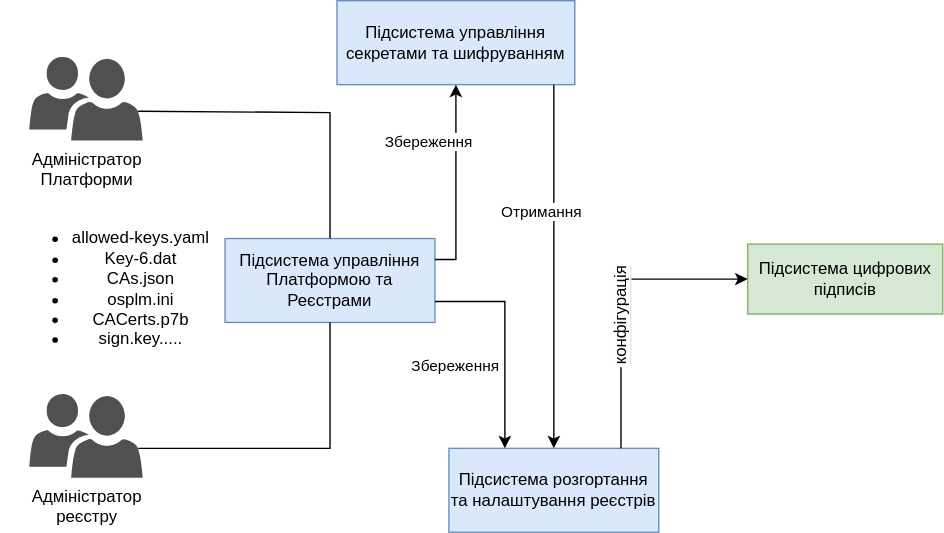
epam/edp-ddm-architecture keeps this draw.io diagram as docs/en/modules/arch/images/architecture/platform/administrative/config-management/keys-update-subsystem.svg. Above is the earlier version. Source tidied: cells renumbered, new cells last; positions are measured from the earlier drawing's top-left corner, leaving out a move shared by most shapes. Its diagram source:
```xml
<mxGraphModel>
  <root>
    <mxCell id="0" />
    <mxCell id="1" parent="0" />
    <mxCell id="2" value="Адміністратор &lt;br&gt;Платформи" style="sketch=0;shadow=0;dashed=0;html=1;strokeColor=none;labelPosition=center;verticalLabelPosition=bottom;verticalAlign=top;align=center;fillColor=#505050;shape=mxgraph.mscae.intune.user_group;" parent="1" vertex="1">
      <mxGeometry x="20" y="40" width="81.1" height="60" as="geometry" />
    </mxCell>
    <mxCell id="3" value="Адміністратор &lt;br&gt;реєстру" style="sketch=0;shadow=0;dashed=0;html=1;strokeColor=none;labelPosition=center;verticalLabelPosition=bottom;verticalAlign=top;align=center;fillColor=#505050;shape=mxgraph.mscae.intune.user_group;" parent="1" vertex="1">
      <mxGeometry x="20" y="281" width="81.1" height="60" as="geometry" />
    </mxCell>
    <mxCell id="4" value="Підсистема управління Платформою та Реєстрами" style="rounded=0;whiteSpace=wrap;html=1;fillColor=#dae8fc;strokeColor=#6c8ebf;" parent="1" vertex="1">
      <mxGeometry x="160" y="170" width="150" height="60" as="geometry" />
    </mxCell>
    <mxCell id="5" style="endArrow=none;html=1;rounded=0;entryX=0.5;entryY=1;entryDx=0;entryDy=0;exitX=0.96;exitY=0.65;exitDx=0;exitDy=0;exitPerimeter=0;" parent="1" edge="1" source="3" target="4">
      <mxGeometry relative="1" as="geometry">
        <Array as="points">
          <mxPoint x="235" y="320" />
        </Array>
      </mxGeometry>
    </mxCell>
    <mxCell id="6" style="endArrow=none;html=1;rounded=0;exitX=0.96;exitY=0.65;exitDx=0;exitDy=0;exitPerimeter=0;entryX=0.5;entryY=0;entryDx=0;entryDy=0;" parent="1" edge="1" source="2" target="4">
      <mxGeometry relative="1" as="geometry">
        <Array as="points">
          <mxPoint x="235" y="80" />
        </Array>
      </mxGeometry>
    </mxCell>
    <mxCell id="7" value="Підсистема управління секретами та шифруванням" style="rounded=0;whiteSpace=wrap;html=1;fillColor=#dae8fc;strokeColor=#6c8ebf;" parent="1" vertex="1">
      <mxGeometry x="240" width="170" height="60" as="geometry" />
    </mxCell>
    <mxCell id="8" style="endArrow=classic;html=1;rounded=0;entryX=0.5;entryY=1;entryDx=0;entryDy=0;exitX=1;exitY=0.25;exitDx=0;exitDy=0;" parent="1" edge="1" source="4" target="7">
      <mxGeometry relative="1" as="geometry">
        <Array as="points">
          <mxPoint x="325" y="185" />
        </Array>
      </mxGeometry>
    </mxCell>
    <mxCell id="9" value="Збереження&amp;nbsp;" style="edgeLabel;html=1;align=center;verticalAlign=middle;" parent="8" vertex="1">
      <mxGeometry x="0.18" y="-1" relative="1" as="geometry">
        <mxPoint x="-1" y="143" as="offset" />
      </mxGeometry>
    </mxCell>
    <mxCell id="10" value="Підсистема розгортання та налаштування реєстрів" style="rounded=0;whiteSpace=wrap;html=1;fillColor=#dae8fc;strokeColor=#6c8ebf;" parent="1" vertex="1">
      <mxGeometry x="320" y="320" width="150" height="60" as="geometry" />
    </mxCell>
    <mxCell id="11" value="&lt;ul&gt;&lt;li&gt;allowed-keys.yaml&lt;/li&gt;&lt;li&gt;Key-6.dat&lt;/li&gt;&lt;li&gt;CAs.json&lt;/li&gt;&lt;li&gt;osplm.ini&lt;/li&gt;&lt;li&gt;CACerts.p7b&lt;/li&gt;&lt;li&gt;sign.key.....&lt;/li&gt;&lt;/ul&gt;" style="text;html=1;strokeColor=none;fillColor=none;align=center;verticalAlign=middle;whiteSpace=wrap;rounded=0;" parent="1" vertex="1">
      <mxGeometry y="164" width="160" height="84" as="geometry" />
    </mxCell>
    <mxCell id="12" style="endArrow=classic;html=1;rounded=0;entryX=0.5;entryY=0;entryDx=0;entryDy=0;" parent="1" edge="1" target="10">
      <mxGeometry relative="1" as="geometry">
        <mxPoint x="395" y="60" as="sourcePoint" />
      </mxGeometry>
    </mxCell>
    <mxCell id="13" value="Отримання" style="edgeLabel;html=1;align=center;verticalAlign=middle;" parent="1" vertex="1">
      <mxGeometry x="385.5" y="150" as="geometry" />
    </mxCell>
    <mxCell id="14" value="Підсистема цифрових&lt;br&gt;підписів" style="rounded=0;whiteSpace=wrap;html=1;fillColor=#d5e8d4;strokeColor=#82b366;" parent="1" vertex="1">
      <mxGeometry x="533.5" y="174" width="139.5" height="50" as="geometry" />
    </mxCell>
    <mxCell id="15" style="endArrow=classic;html=1;rounded=0;entryX=0;entryY=0.5;entryDx=0;entryDy=0;" parent="1" edge="1">
      <mxGeometry relative="1" as="geometry">
        <mxPoint x="443" y="199" as="sourcePoint" />
        <mxPoint x="533.5" y="199" as="targetPoint" />
      </mxGeometry>
    </mxCell>
    <mxCell id="16" value="&lt;span style=&quot;background-color: rgb(255, 255, 255);&quot;&gt;конфігурація&lt;/span&gt;" style="text;html=1;strokeColor=none;fillColor=none;align=center;verticalAlign=middle;whiteSpace=wrap;rounded=0;labelBackgroundColor=#DAE8FC;rotation=-90;horizontal=1;" parent="1" vertex="1">
      <mxGeometry x="406" y="210" width="74" height="30" as="geometry" />
    </mxCell>
    <mxCell id="17" style="endArrow=none;html=1;rounded=0;entryX=0;entryY=0.5;entryDx=0;entryDy=0;" parent="1" edge="1" target="16">
      <mxGeometry x="-1" y="-206" relative="1" as="geometry">
        <mxPoint x="443" y="320" as="sourcePoint" />
        <mxPoint x="-39" y="120" as="offset" />
      </mxGeometry>
    </mxCell>
    <mxCell id="18" value="Збереження&amp;nbsp;" style="edgeLabel;html=1;align=center;verticalAlign=middle;" parent="1" vertex="1">
      <mxGeometry x="306" y="100" as="geometry" />
    </mxCell>
    <mxCell id="19" style="endArrow=classic;html=1;rounded=0;exitX=1;exitY=0.75;exitDx=0;exitDy=0;" parent="1" edge="1" source="4">
      <mxGeometry relative="1" as="geometry">
        <mxPoint x="360" y="320" as="targetPoint" />
        <Array as="points">
          <mxPoint x="360" y="215" />
        </Array>
      </mxGeometry>
    </mxCell>
  </root>
</mxGraphModel>
```
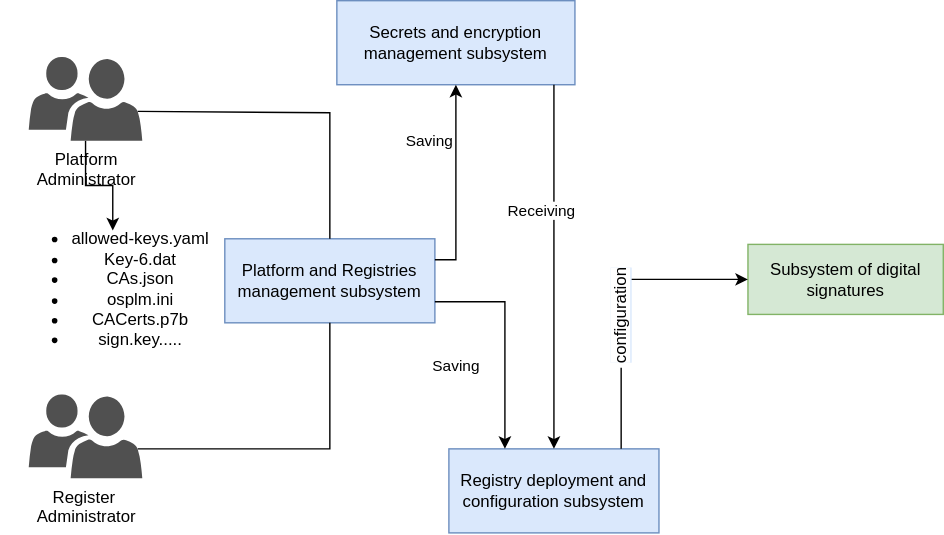
The same diagram one commit later.

Commit message:
[EDP-DDM-27399] Translated keys-update-config.svg and keys-update-subsystem.svg

What changed in the source:
```diff
@@ -2,13 +2,16 @@
   <root>
     <mxCell id="0" />
     <mxCell id="1" parent="0" />
+    <mxCell id="20" style="edgeStyle=orthogonalEdgeStyle;rounded=0;jettySize=auto;html=1;" parent="1" edge="1" source="2" target="11">
+      <mxGeometry relative="1" as="geometry" />
+    </mxCell>
-    <mxCell id="2" value="Адміністратор &lt;br&gt;Платформи" style="sketch=0;shadow=0;dashed=0;html=1;strokeColor=none;labelPosition=center;verticalLabelPosition=bottom;verticalAlign=top;align=center;fillColor=#505050;shape=mxgraph.mscae.intune.user_group;" parent="1" vertex="1">
+    <mxCell id="2" value="Platform &lt;br&gt;Administrator" style="sketch=0;shadow=0;dashed=0;html=1;strokeColor=none;labelPosition=center;verticalLabelPosition=bottom;verticalAlign=top;align=center;fillColor=#505050;shape=mxgraph.mscae.intune.user_group;" parent="1" vertex="1">
       <mxGeometry x="20" y="40" width="81.1" height="60" as="geometry" />
     </mxCell>
-    <mxCell id="3" value="Адміністратор &lt;br&gt;реєстру" style="sketch=0;shadow=0;dashed=0;html=1;strokeColor=none;labelPosition=center;verticalLabelPosition=bottom;verticalAlign=top;align=center;fillColor=#505050;shape=mxgraph.mscae.intune.user_group;" parent="1" vertex="1">
+    <mxCell id="3" value="Register&amp;nbsp;&lt;br&gt;Administrator" style="sketch=0;shadow=0;dashed=0;html=1;strokeColor=none;labelPosition=center;verticalLabelPosition=bottom;verticalAlign=top;align=center;fillColor=#505050;shape=mxgraph.mscae.intune.user_group;" parent="1" vertex="1">
       <mxGeometry x="20" y="281" width="81.1" height="60" as="geometry" />
     </mxCell>
-    <mxCell id="4" value="Підсистема управління Платформою та Реєстрами" style="rounded=0;whiteSpace=wrap;html=1;fillColor=#dae8fc;strokeColor=#6c8ebf;" parent="1" vertex="1">
+    <mxCell id="4" value="Platform and Registries management subsystem" style="rounded=0;whiteSpace=wrap;html=1;fillColor=#dae8fc;strokeColor=#6c8ebf;" parent="1" vertex="1">
       <mxGeometry x="160" y="170" width="150" height="60" as="geometry" />
     </mxCell>
     <mxCell id="5" style="endArrow=none;html=1;rounded=0;entryX=0.5;entryY=1;entryDx=0;entryDy=0;exitX=0.96;exitY=0.65;exitDx=0;exitDy=0;exitPerimeter=0;" parent="1" edge="1" source="3" target="4">
@@ -25,7 +28,7 @@
         </Array>
       </mxGeometry>
     </mxCell>
-    <mxCell id="7" value="Підсистема управління секретами та шифруванням" style="rounded=0;whiteSpace=wrap;html=1;fillColor=#dae8fc;strokeColor=#6c8ebf;" parent="1" vertex="1">
+    <mxCell id="7" value="Secrets and encryption management subsystem" style="rounded=0;whiteSpace=wrap;html=1;fillColor=#dae8fc;strokeColor=#6c8ebf;" parent="1" vertex="1">
       <mxGeometry x="240" width="170" height="60" as="geometry" />
     </mxCell>
     <mxCell id="8" style="endArrow=classic;html=1;rounded=0;entryX=0.5;entryY=1;entryDx=0;entryDy=0;exitX=1;exitY=0.25;exitDx=0;exitDy=0;" parent="1" edge="1" source="4" target="7">
@@ -35,12 +38,12 @@
         </Array>
       </mxGeometry>
     </mxCell>
-    <mxCell id="9" value="Збереження&amp;nbsp;" style="edgeLabel;html=1;align=center;verticalAlign=middle;" parent="8" vertex="1">
+    <mxCell id="9" value="Saving" style="edgeLabel;html=1;align=center;verticalAlign=middle;" parent="8" vertex="1">
       <mxGeometry x="0.18" y="-1" relative="1" as="geometry">
         <mxPoint x="-1" y="143" as="offset" />
       </mxGeometry>
     </mxCell>
-    <mxCell id="10" value="Підсистема розгортання та налаштування реєстрів" style="rounded=0;whiteSpace=wrap;html=1;fillColor=#dae8fc;strokeColor=#6c8ebf;" parent="1" vertex="1">
+    <mxCell id="10" value="Registry deployment and configuration subsystem" style="rounded=0;whiteSpace=wrap;html=1;fillColor=#dae8fc;strokeColor=#6c8ebf;" parent="1" vertex="1">
       <mxGeometry x="320" y="320" width="150" height="60" as="geometry" />
     </mxCell>
     <mxCell id="11" value="&lt;ul&gt;&lt;li&gt;allowed-keys.yaml&lt;/li&gt;&lt;li&gt;Key-6.dat&lt;/li&gt;&lt;li&gt;CAs.json&lt;/li&gt;&lt;li&gt;osplm.ini&lt;/li&gt;&lt;li&gt;CACerts.p7b&lt;/li&gt;&lt;li&gt;sign.key.....&lt;/li&gt;&lt;/ul&gt;" style="text;html=1;strokeColor=none;fillColor=none;align=center;verticalAlign=middle;whiteSpace=wrap;rounded=0;" parent="1" vertex="1">
@@ -51,10 +54,10 @@
         <mxPoint x="395" y="60" as="sourcePoint" />
       </mxGeometry>
     </mxCell>
-    <mxCell id="13" value="Отримання" style="edgeLabel;html=1;align=center;verticalAlign=middle;" parent="1" vertex="1">
+    <mxCell id="13" value="Receiving" style="edgeLabel;html=1;align=center;verticalAlign=middle;" parent="1" vertex="1">
       <mxGeometry x="385.5" y="150" as="geometry" />
     </mxCell>
-    <mxCell id="14" value="Підсистема цифрових&lt;br&gt;підписів" style="rounded=0;whiteSpace=wrap;html=1;fillColor=#d5e8d4;strokeColor=#82b366;" parent="1" vertex="1">
+    <mxCell id="14" value="Subsystem of digital signatures" style="rounded=0;whiteSpace=wrap;html=1;fillColor=#d5e8d4;strokeColor=#82b366;" parent="1" vertex="1">
       <mxGeometry x="533.5" y="174" width="139.5" height="50" as="geometry" />
     </mxCell>
     <mxCell id="15" style="endArrow=classic;html=1;rounded=0;entryX=0;entryY=0.5;entryDx=0;entryDy=0;" parent="1" edge="1">
@@ -63,7 +66,7 @@
         <mxPoint x="533.5" y="199" as="targetPoint" />
       </mxGeometry>
     </mxCell>
-    <mxCell id="16" value="&lt;span style=&quot;background-color: rgb(255, 255, 255);&quot;&gt;конфігурація&lt;/span&gt;" style="text;html=1;strokeColor=none;fillColor=none;align=center;verticalAlign=middle;whiteSpace=wrap;rounded=0;labelBackgroundColor=#DAE8FC;rotation=-90;horizontal=1;" parent="1" vertex="1">
+    <mxCell id="16" value="&lt;span style=&quot;background-color: rgb(255, 255, 255);&quot;&gt;configuration&lt;/span&gt;" style="text;html=1;strokeColor=none;fillColor=none;align=center;verticalAlign=middle;whiteSpace=wrap;rounded=0;labelBackgroundColor=#DAE8FC;rotation=-90;horizontal=1;" parent="1" vertex="1">
       <mxGeometry x="406" y="210" width="74" height="30" as="geometry" />
     </mxCell>
     <mxCell id="17" style="endArrow=none;html=1;rounded=0;entryX=0;entryY=0.5;entryDx=0;entryDy=0;" parent="1" edge="1" target="16">
@@ -72,7 +75,7 @@
         <mxPoint x="-39" y="120" as="offset" />
       </mxGeometry>
     </mxCell>
-    <mxCell id="18" value="Збереження&amp;nbsp;" style="edgeLabel;html=1;align=center;verticalAlign=middle;" parent="1" vertex="1">
+    <mxCell id="18" value="Saving" style="edgeLabel;html=1;align=center;verticalAlign=middle;" parent="1" vertex="1">
       <mxGeometry x="306" y="100" as="geometry" />
     </mxCell>
     <mxCell id="19" style="endArrow=classic;html=1;rounded=0;exitX=1;exitY=0.75;exitDx=0;exitDy=0;" parent="1" edge="1" source="4">
```
